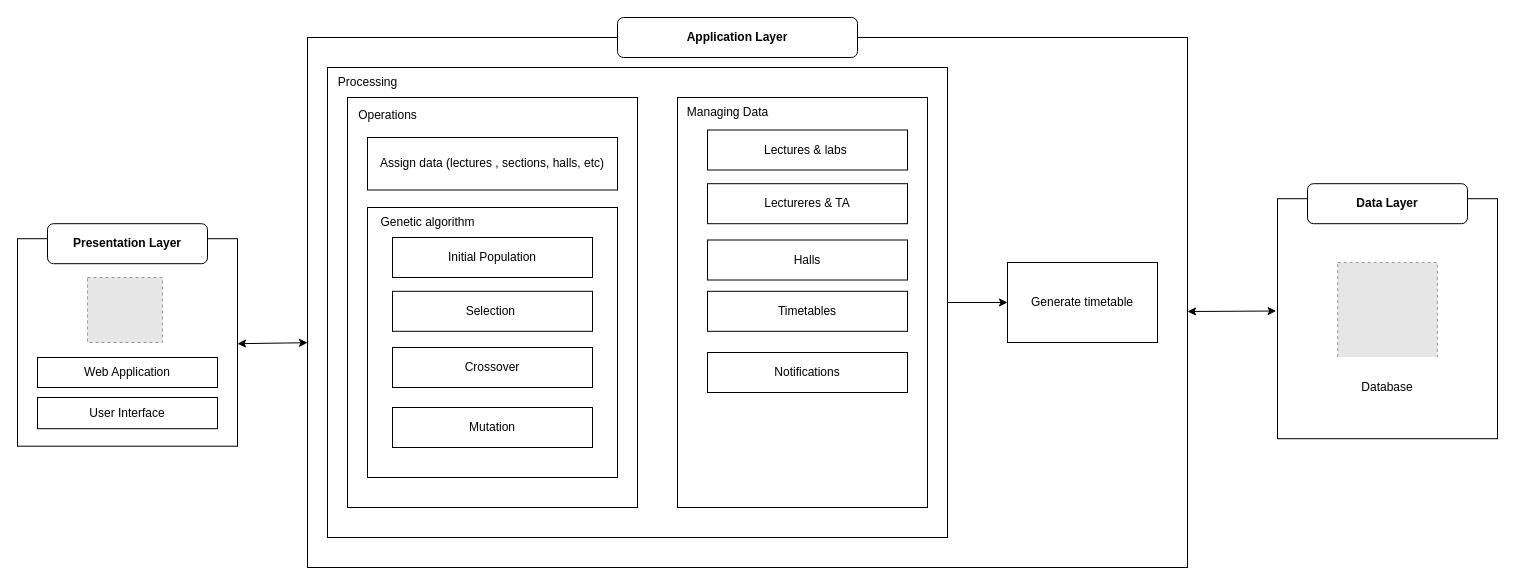
adhamfayrouzamf/drawio keeps this draw.io diagram as timetable.drawio. Above is the earlier version. Source tidied: cells renumbered, new cells numbered last; positions are measured from the earlier drawing's top-left corner, leaving out a move shared by most shapes. Both pictures are drawn from the tidied source at 100%, with x=0, y=0 at pixel (17, 17). Pictures stored in the file or linked from it are replaced by grey dashed boxes.
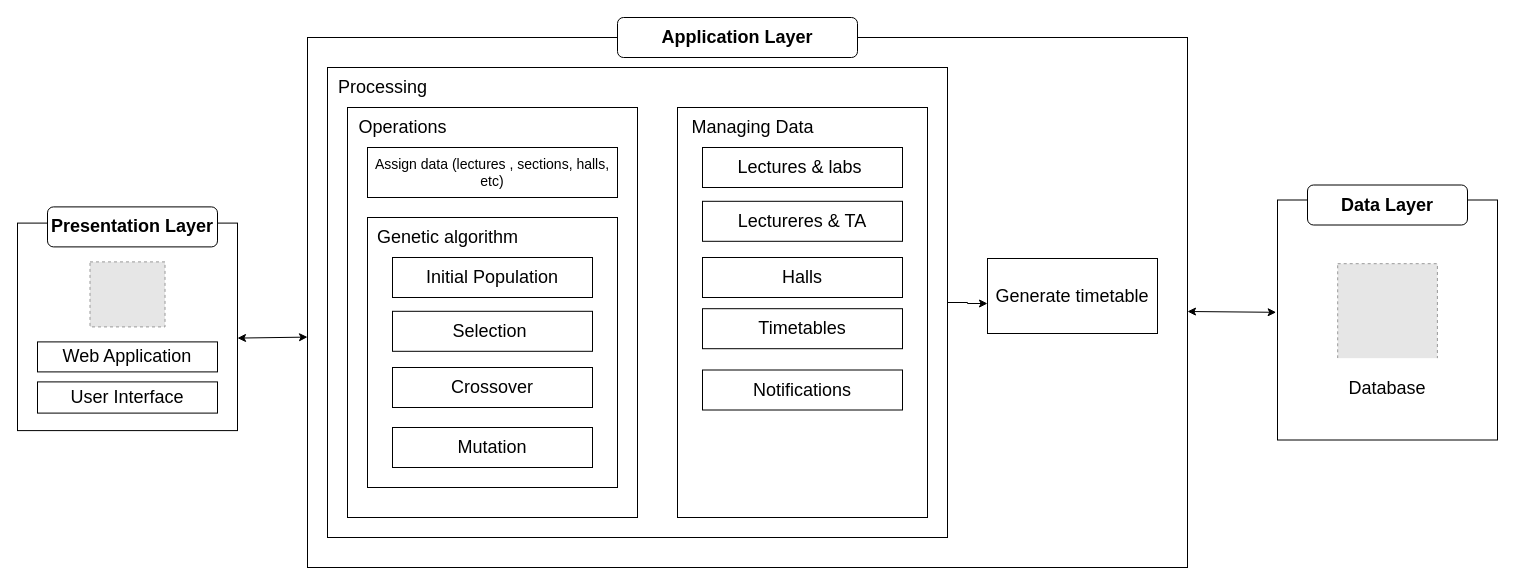
Above is the later version.

Unchanged cells that the change refers to:
```xml
<mxCell id="10" style="rounded=0;whiteSpace=wrap;html=1;" parent="1" vertex="1">
  <mxGeometry x="310" y="50" width="620" height="470" as="geometry" />
</mxCell>
```

Diff of the diagram source:
```diff
@@
     <mxCell id="2" style="rounded=0;whiteSpace=wrap;html=1;" parent="1" vertex="1">
-      <mxGeometry y="221.2" width="220" height="207.5" as="geometry" />
+      <mxGeometry y="205.6" width="220" height="207.5" as="geometry" />
     </mxCell>
-    <mxCell id="3" value="&lt;b&gt;Presentation Layer&lt;/b&gt;" style="rounded=1;whiteSpace=wrap;html=1;" parent="1" vertex="1">
-      <mxGeometry x="30" y="206.2" width="160" height="40" as="geometry" />
+    <mxCell id="3" value="&lt;b&gt;&lt;font style=&quot;font-size: 18px;&quot;&gt;Presentation Layer&lt;/font&gt;&lt;/b&gt;" style="rounded=1;whiteSpace=wrap;html=1;shadow=0;" parent="1" vertex="1">
+      <mxGeometry x="30" y="189.4" width="170" height="40" as="geometry" />
     </mxCell>
-    <mxCell id="4" value="Web Application" style="rounded=0;whiteSpace=wrap;html=1;" parent="1" vertex="1">
-      <mxGeometry x="20" y="340" width="180" height="30" as="geometry" />
+    <mxCell id="4" value="&lt;font style=&quot;font-size: 18px;&quot;&gt;Web Application&lt;/font&gt;" style="rounded=0;whiteSpace=wrap;html=1;" parent="1" vertex="1">
+      <mxGeometry x="20" y="324.4" width="180" height="30" as="geometry" />
     </mxCell>
-    <mxCell id="5" value="User Interface" style="rounded=0;whiteSpace=wrap;html=1;" parent="1" vertex="1">
-      <mxGeometry x="20" y="380" width="180" height="31.2" as="geometry" />
+    <mxCell id="5" value="&lt;font style=&quot;font-size: 18px;&quot;&gt;User Interface&lt;/font&gt;" style="rounded=0;whiteSpace=wrap;html=1;" parent="1" vertex="1">
+      <mxGeometry x="20" y="364.4" width="180" height="31.2" as="geometry" />
     </mxCell>
     <mxCell id="6" style="rounded=0;whiteSpace=wrap;html=1;" parent="1" vertex="1">
-      <mxGeometry x="1260" y="181.2" width="220" height="240" as="geometry" />
+      <mxGeometry x="1260" y="182.5" width="220" height="240" as="geometry" />
     </mxCell>
-    <mxCell id="7" value="&lt;b&gt;Data Layer&lt;/b&gt;" style="rounded=1;whiteSpace=wrap;html=1;" parent="1" vertex="1">
-      <mxGeometry x="1290" y="166.2" width="160" height="40" as="geometry" />
+    <mxCell id="7" value="&lt;b&gt;&lt;font style=&quot;font-size: 18px;&quot;&gt;Data Layer&lt;/font&gt;&lt;/b&gt;" style="rounded=1;whiteSpace=wrap;html=1;" parent="1" vertex="1">
+      <mxGeometry x="1290" y="167.5" width="160" height="40" as="geometry" />
     </mxCell>
@@
-    <mxCell id="9" value="&lt;b&gt;Application Layer&lt;/b&gt;" style="rounded=1;whiteSpace=wrap;html=1;" parent="1" vertex="1">
+    <mxCell id="9" value="&lt;b&gt;&lt;font style=&quot;font-size: 18px;&quot;&gt;Application Layer&lt;/font&gt;&lt;/b&gt;" style="rounded=1;whiteSpace=wrap;html=1;" parent="1" vertex="1">
       <mxGeometry x="600" width="240" height="40" as="geometry" />
     </mxCell>
@@
     <mxCell id="11" style="rounded=0;whiteSpace=wrap;html=1;" parent="1" vertex="1">
-      <mxGeometry x="330" y="80" width="290" height="410" as="geometry" />
+      <mxGeometry x="330" y="90" width="290" height="410" as="geometry" />
     </mxCell>
     <mxCell id="12" style="endArrow=classic;startArrow=classic;html=1;rounded=0;" parent="1" edge="1">
       <mxGeometry relative="1" as="geometry">
-        <mxPoint x="220" y="326.2" as="sourcePoint" />
-        <mxPoint x="290" y="325.2" as="targetPoint" />
+        <mxPoint x="220" y="320.6" as="sourcePoint" />
+        <mxPoint x="290" y="319.6" as="targetPoint" />
       </mxGeometry>
     </mxCell>
-    <mxCell id="13" value="Processing" style="text;html=1;align=center;verticalAlign=middle;strokeColor=none;fillColor=none;" parent="1" vertex="1">
-      <mxGeometry x="310" y="50" width="80" height="30" as="geometry" />
+    <mxCell id="13" value="&lt;font style=&quot;font-size: 18px;&quot;&gt;Processing&lt;/font&gt;" style="text;html=1;align=center;verticalAlign=middle;strokeColor=none;fillColor=none;" parent="1" vertex="1">
+      <mxGeometry x="310" y="50" width="110" height="40" as="geometry" />
     </mxCell>
-    <mxCell id="14" value="Operations" style="text;html=1;align=center;verticalAlign=middle;strokeColor=none;fillColor=none;" parent="1" vertex="1">
-      <mxGeometry x="330" y="82.5" width="80" height="30" as="geometry" />
+    <mxCell id="14" value="&lt;font style=&quot;font-size: 18px;&quot;&gt;Operations&lt;/font&gt;" style="text;html=1;align=center;verticalAlign=middle;strokeColor=none;fillColor=none;" parent="1" vertex="1">
+      <mxGeometry x="330" y="90" width="110" height="40" as="geometry" />
     </mxCell>
-    <mxCell id="15" value="Assign data (lectures , sections, halls, etc)" style="rounded=0;whiteSpace=wrap;html=1;" parent="1" vertex="1">
-      <mxGeometry x="350" y="120" width="250" height="52.5" as="geometry" />
+    <mxCell id="15" value="&lt;font style=&quot;font-size: 14px;&quot;&gt;Assign data (lectures , sections, halls, etc)&lt;/font&gt;" style="rounded=0;whiteSpace=wrap;html=1;" parent="1" vertex="1">
+      <mxGeometry x="350" y="130" width="250" height="50" as="geometry" />
     </mxCell>
     <mxCell id="16" style="rounded=0;whiteSpace=wrap;html=1;" parent="1" vertex="1">
-      <mxGeometry x="350" y="190" width="250" height="270" as="geometry" />
+      <mxGeometry x="350" y="200" width="250" height="270" as="geometry" />
     </mxCell>
-    <mxCell id="17" value="Genetic algorithm" style="text;html=1;align=center;verticalAlign=middle;strokeColor=none;fillColor=none;" parent="1" vertex="1">
-      <mxGeometry x="350" y="190" width="120" height="30" as="geometry" />
+    <mxCell id="17" value="&lt;font style=&quot;font-size: 18px;&quot;&gt;Genetic algorithm&lt;/font&gt;" style="text;html=1;align=center;verticalAlign=middle;strokeColor=none;fillColor=none;" parent="1" vertex="1">
+      <mxGeometry x="350" y="200" width="160" height="40" as="geometry" />
     </mxCell>
-    <mxCell id="18" value="Initial Population" style="rounded=0;whiteSpace=wrap;html=1;" parent="1" vertex="1">
-      <mxGeometry x="375" y="220" width="200" height="40" as="geometry" />
+    <mxCell id="18" value="&lt;font style=&quot;font-size: 18px;&quot;&gt;Initial Population&lt;/font&gt;" style="rounded=0;whiteSpace=wrap;html=1;" parent="1" vertex="1">
+      <mxGeometry x="375" y="240" width="200" height="40" as="geometry" />
     </mxCell>
-    <mxCell id="19" value="Selection&lt;span style=&quot;white-space: pre;&quot;&gt; &lt;/span&gt;" style="rounded=0;whiteSpace=wrap;html=1;" parent="1" vertex="1">
-      <mxGeometry x="375" y="273.8" width="200" height="40" as="geometry" />
+    <mxCell id="19" value="&lt;font style=&quot;font-size: 18px;&quot;&gt;Selection&lt;span style=&quot;white-space: pre;&quot;&gt; &lt;/span&gt;&lt;/font&gt;" style="rounded=0;whiteSpace=wrap;html=1;" parent="1" vertex="1">
+      <mxGeometry x="375" y="293.8" width="200" height="40" as="geometry" />
     </mxCell>
-    <mxCell id="20" value="Crossover" style="rounded=0;whiteSpace=wrap;html=1;" parent="1" vertex="1">
-      <mxGeometry x="375" y="330" width="200" height="40" as="geometry" />
+    <mxCell id="20" value="&lt;font style=&quot;font-size: 18px;&quot;&gt;Crossover&lt;/font&gt;" style="rounded=0;whiteSpace=wrap;html=1;" parent="1" vertex="1">
+      <mxGeometry x="375" y="350" width="200" height="40" as="geometry" />
     </mxCell>
-    <mxCell id="21" value="Mutation" style="rounded=0;whiteSpace=wrap;html=1;" parent="1" vertex="1">
-      <mxGeometry x="375" y="390" width="200" height="40" as="geometry" />
+    <mxCell id="21" value="&lt;font style=&quot;font-size: 18px;&quot;&gt;Mutation&lt;/font&gt;" style="rounded=0;whiteSpace=wrap;html=1;" parent="1" vertex="1">
+      <mxGeometry x="375" y="410" width="200" height="40" as="geometry" />
     </mxCell>
-    <mxCell id="22" value="Generate timetable" style="rounded=0;whiteSpace=wrap;html=1;" parent="1" vertex="1">
-      <mxGeometry x="990" y="245" width="150" height="80" as="geometry" />
+    <mxCell id="22" value="&lt;font style=&quot;font-size: 18px;&quot;&gt;Generate timetable&lt;/font&gt;" style="rounded=0;whiteSpace=wrap;html=1;" parent="1" vertex="1">
+      <mxGeometry x="970" y="241" width="170" height="75" as="geometry" />
     </mxCell>
-    <mxCell id="23" style="edgeStyle=orthogonalEdgeStyle;rounded=0;jettySize=auto;html=1;entryX=0;entryY=0.5;entryDx=0;entryDy=0;" parent="1" edge="1" source="10" target="22">
+    <mxCell id="23" style="edgeStyle=orthogonalEdgeStyle;rounded=0;jettySize=auto;html=1;entryX=0;entryY=0.6;entryDx=0;entryDy=0;entryPerimeter=0;" parent="1" edge="1" source="10" target="22">
       <mxGeometry relative="1" as="geometry" />
     </mxCell>
     <mxCell id="24" style="rounded=0;whiteSpace=wrap;html=1;" parent="1" vertex="1">
-      <mxGeometry x="660" y="80" width="250" height="410" as="geometry" />
+      <mxGeometry x="660" y="90" width="250" height="410" as="geometry" />
     </mxCell>
-    <mxCell id="25" value="Lectures &amp;amp; labs&amp;nbsp;" style="rounded=0;whiteSpace=wrap;html=1;" parent="1" vertex="1">
-      <mxGeometry x="690" y="112.5" width="200" height="40" as="geometry" />
+    <mxCell id="25" value="&lt;font style=&quot;font-size: 18px;&quot;&gt;Lectures &amp;amp; labs&amp;nbsp;&lt;/font&gt;" style="rounded=0;whiteSpace=wrap;html=1;" parent="1" vertex="1">
+      <mxGeometry x="685" y="130" width="200" height="40" as="geometry" />
     </mxCell>
-    <mxCell id="26" value="Lectureres &amp;amp; TA" style="rounded=0;whiteSpace=wrap;html=1;" parent="1" vertex="1">
-      <mxGeometry x="690" y="166.2" width="200" height="40" as="geometry" />
+    <mxCell id="26" value="&lt;font style=&quot;font-size: 18px;&quot;&gt;Lectureres &amp;amp; TA&lt;/font&gt;" style="rounded=0;whiteSpace=wrap;html=1;" parent="1" vertex="1">
+      <mxGeometry x="685" y="183.8" width="200" height="40" as="geometry" />
     </mxCell>
-    <mxCell id="27" value="Halls" style="rounded=0;whiteSpace=wrap;html=1;" parent="1" vertex="1">
-      <mxGeometry x="690" y="222.5" width="200" height="40" as="geometry" />
+    <mxCell id="27" value="&lt;font style=&quot;font-size: 18px;&quot;&gt;Halls&lt;/font&gt;" style="rounded=0;whiteSpace=wrap;html=1;" parent="1" vertex="1">
+      <mxGeometry x="685" y="240" width="200" height="40" as="geometry" />
     </mxCell>
-    <mxCell id="28" value="Managing Data" style="text;html=1;align=center;verticalAlign=middle;strokeColor=none;fillColor=none;" parent="1" vertex="1">
-      <mxGeometry x="660" y="80" width="100" height="30" as="geometry" />
+    <mxCell id="28" value="&lt;font style=&quot;font-size: 18px;&quot;&gt;Managing Data&lt;/font&gt;" style="text;html=1;align=center;verticalAlign=middle;strokeColor=none;fillColor=none;" parent="1" vertex="1">
+      <mxGeometry x="660" y="90" width="150" height="40" as="geometry" />
     </mxCell>
@@
     <mxCell id="30" style="fillColor=#E6E6E6;strokeColor=#999999;dashed=1;verticalLabelPosition=bottom;labelBackgroundColor=default;verticalAlign=top;" parent="1" vertex="1">
-      <mxGeometry x="1320.2" y="245" width="99.7" height="133.6" as="geometry" />
+      <mxGeometry x="1320.2" y="246.2" width="99.7" height="133.6" as="geometry" />
     </mxCell>
     <mxCell id="31" style="fillColor=#E6E6E6;strokeColor=#999999;dashed=1;verticalLabelPosition=bottom;labelBackgroundColor=default;verticalAlign=top;" parent="1" vertex="1">
-      <mxGeometry x="70" y="260" width="75" height="65" as="geometry" />
+      <mxGeometry x="72.5" y="244.4" width="75" height="65" as="geometry" />
     </mxCell>
-    <mxCell id="32" value="Database" style="rounded=0;whiteSpace=wrap;html=1;strokeColor=#FFFFFF;" parent="1" vertex="1">
-      <mxGeometry x="1310" y="340" width="120" height="60" as="geometry" />
+    <mxCell id="32" value="&lt;font style=&quot;font-size: 18px;&quot;&gt;Database&lt;/font&gt;" style="rounded=0;whiteSpace=wrap;html=1;strokeColor=#FFFFFF;" parent="1" vertex="1">
+      <mxGeometry x="1310" y="341.2" width="120" height="60" as="geometry" />
     </mxCell>
-    <mxCell id="33" value="Timetables" style="rounded=0;whiteSpace=wrap;html=1;" parent="1" vertex="1">
-      <mxGeometry x="690" y="273.8" width="200" height="40" as="geometry" />
+    <mxCell id="33" value="&lt;font style=&quot;font-size: 18px;&quot;&gt;Timetables&lt;/font&gt;" style="rounded=0;whiteSpace=wrap;html=1;" parent="1" vertex="1">
+      <mxGeometry x="685" y="291.2" width="200" height="40" as="geometry" />
     </mxCell>
-    <mxCell id="34" value="Notifications" style="rounded=0;whiteSpace=wrap;html=1;" parent="1" vertex="1">
-      <mxGeometry x="690" y="335" width="200" height="40" as="geometry" />
+    <mxCell id="34" value="&lt;font style=&quot;font-size: 18px;&quot;&gt;Notifications&lt;/font&gt;" style="rounded=0;whiteSpace=wrap;html=1;" parent="1" vertex="1">
+      <mxGeometry x="685" y="352.5" width="200" height="40" as="geometry" />
     </mxCell>
```
